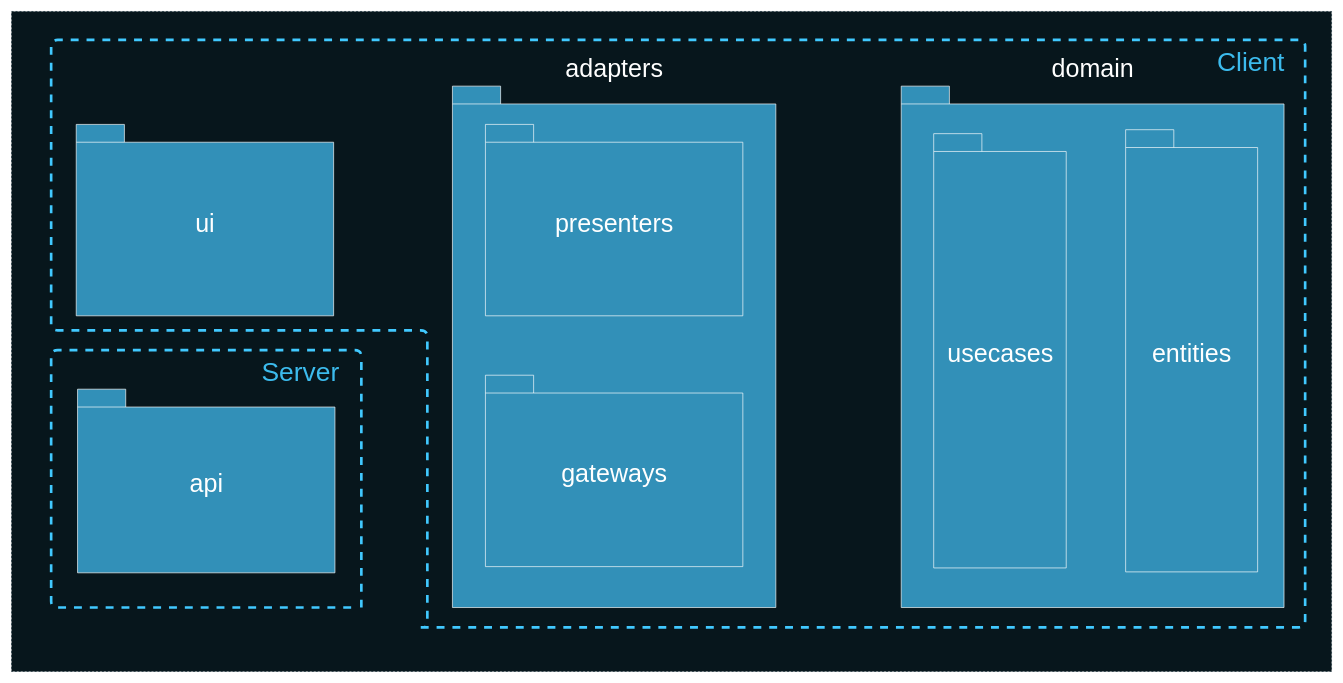
Before: deck/ru/diagrams/packages.drawio in AlexanderLapygin/ca-react-rest-api-starter, a draw.io diagram. Source tidied: cells renumbered, new cells numbered last; positions are measured from the earlier drawing's top-left corner, leaving out a move shared by most shapes. Both pictures are drawn from the tidied source at 66%, with x=0, y=0 at pixel (11, 11).
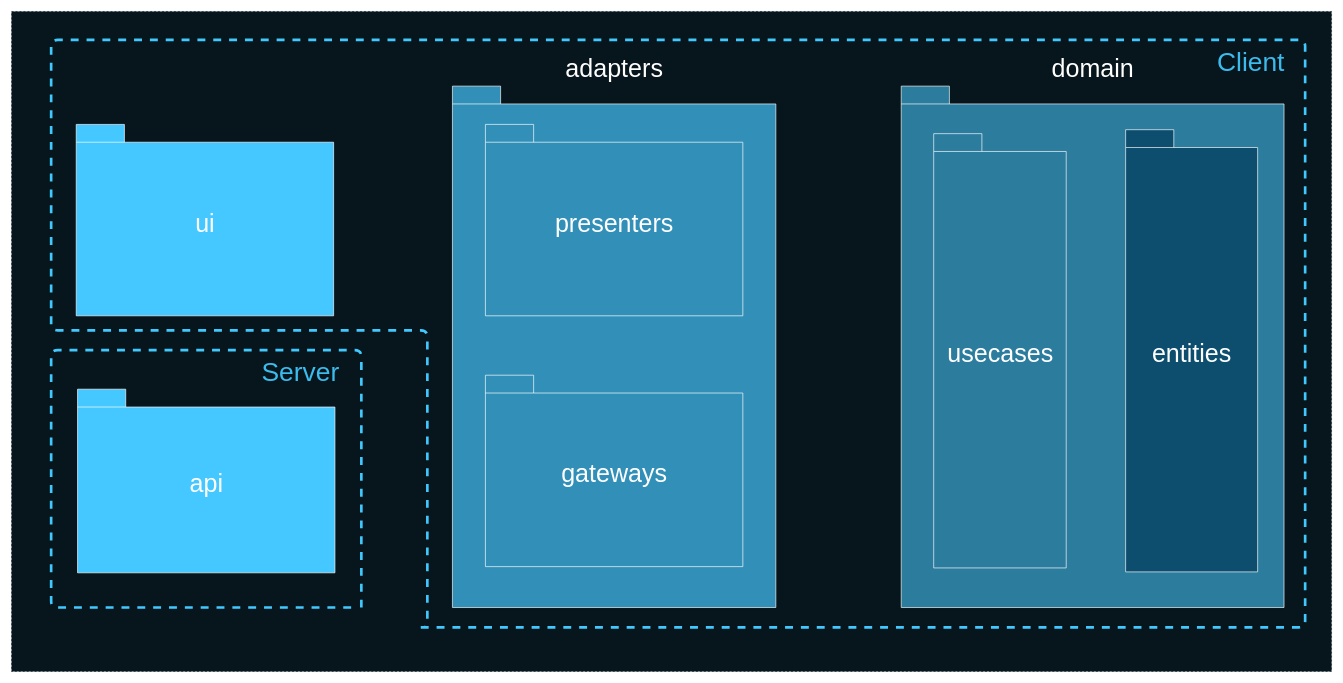
The same page after the edit.

Unchanged cells that the change refers to:
```xml
<mxCell id="8" style="group;" parent="1" vertex="1">
  <mxGeometry x="1348" y="113" width="580" height="790" as="geometry" />
</mxCell>
<mxCell id="16" style="group;" parent="1" vertex="1">
  <mxGeometry x="60" y="513" width="484" height="390" as="geometry" />
</mxCell>
```

Change to the diagram source:
```diff
@@
-    <mxCell id="3" value="&lt;font color=&quot;#ffffff&quot; style=&quot;font-size: 38px&quot;&gt;ui&lt;/font&gt;" style="shape=folder;fontStyle=0;spacingTop=10;tabWidth=73;tabHeight=27;tabPosition=left;html=1;strokeColor=#FFFFFF;fillColor=#3290B8;" parent="1" vertex="1">
+    <mxCell id="3" value="&lt;font color=&quot;#ffffff&quot; style=&quot;font-size: 38px&quot;&gt;ui&lt;/font&gt;" style="shape=folder;fontStyle=0;spacingTop=10;tabWidth=73;tabHeight=27;tabPosition=left;html=1;strokeColor=#FFFFFF;fillColor=#45C8FF;" parent="1" vertex="1">
       <mxGeometry x="98" y="171" width="390" height="290" as="geometry" />
     </mxCell>
@@
-    <mxCell id="9" value="&lt;font color=&quot;#ffffff&quot; style=&quot;font-size: 38px&quot;&gt;domain&lt;/font&gt;" style="shape=folder;fontStyle=0;spacingTop=10;tabWidth=73;tabHeight=27;tabPosition=left;html=1;strokeColor=#FFFFFF;fillColor=#3290B8;labelPosition=center;verticalLabelPosition=top;align=center;verticalAlign=bottom;" parent="8" vertex="1">
+    <mxCell id="9" value="&lt;font color=&quot;#ffffff&quot; style=&quot;font-size: 38px&quot;&gt;domain&lt;/font&gt;" style="shape=folder;fontStyle=0;spacingTop=10;tabWidth=73;tabHeight=27;tabPosition=left;html=1;strokeColor=#FFFFFF;fillColor=#2C7C9E;labelPosition=center;verticalLabelPosition=top;align=center;verticalAlign=bottom;" parent="8" vertex="1">
       <mxGeometry width="580" height="790" as="geometry" />
     </mxCell>
-    <mxCell id="10" value="&lt;font color=&quot;#ffffff&quot; style=&quot;font-size: 38px&quot;&gt;entities&lt;/font&gt;" style="shape=folder;fontStyle=0;spacingTop=10;tabWidth=73;tabHeight=27;tabPosition=left;html=1;strokeColor=#FFFFFF;fillColor=#3290B8;" parent="8" vertex="1">
+    <mxCell id="10" value="&lt;font color=&quot;#ffffff&quot; style=&quot;font-size: 38px&quot;&gt;entities&lt;/font&gt;" style="shape=folder;fontStyle=0;spacingTop=10;tabWidth=73;tabHeight=27;tabPosition=left;html=1;strokeColor=#FFFFFF;fillColor=#0D4E6E;" parent="8" vertex="1">
       <mxGeometry x="340" y="66" width="200" height="670" as="geometry" />
     </mxCell>
-    <mxCell id="11" value="&lt;font color=&quot;#ffffff&quot; style=&quot;font-size: 38px&quot;&gt;usecases&lt;/font&gt;" style="shape=folder;fontStyle=0;spacingTop=10;tabWidth=73;tabHeight=27;tabPosition=left;html=1;strokeColor=#FFFFFF;fillColor=#3290B8;" parent="8" vertex="1">
+    <mxCell id="11" value="&lt;font color=&quot;#ffffff&quot; style=&quot;font-size: 38px&quot;&gt;usecases&lt;/font&gt;" style="shape=folder;fontStyle=0;spacingTop=10;tabWidth=73;tabHeight=27;tabPosition=left;html=1;strokeColor=#FFFFFF;fillColor=#2C7C9E;" parent="8" vertex="1">
       <mxGeometry x="49.2" y="72" width="200.8" height="658" as="geometry" />
     </mxCell>
@@
-    <mxCell id="17" value="&lt;font color=&quot;#ffffff&quot; style=&quot;font-size: 38px;&quot;&gt;api&lt;/font&gt;" style="shape=folder;fontStyle=0;spacingTop=10;tabWidth=73;tabHeight=27;tabPosition=left;html=1;strokeColor=#FFFFFF;fillColor=#3290B8;" parent="16" vertex="1">
+    <mxCell id="17" value="&lt;font color=&quot;#ffffff&quot; style=&quot;font-size: 38px;&quot;&gt;api&lt;/font&gt;" style="shape=folder;fontStyle=0;spacingTop=10;tabWidth=73;tabHeight=27;tabPosition=left;html=1;strokeColor=#FFFFFF;fillColor=#45C8FF;" parent="16" vertex="1">
       <mxGeometry x="40" y="59.2" width="390" height="278.2" as="geometry" />
     </mxCell>
```
